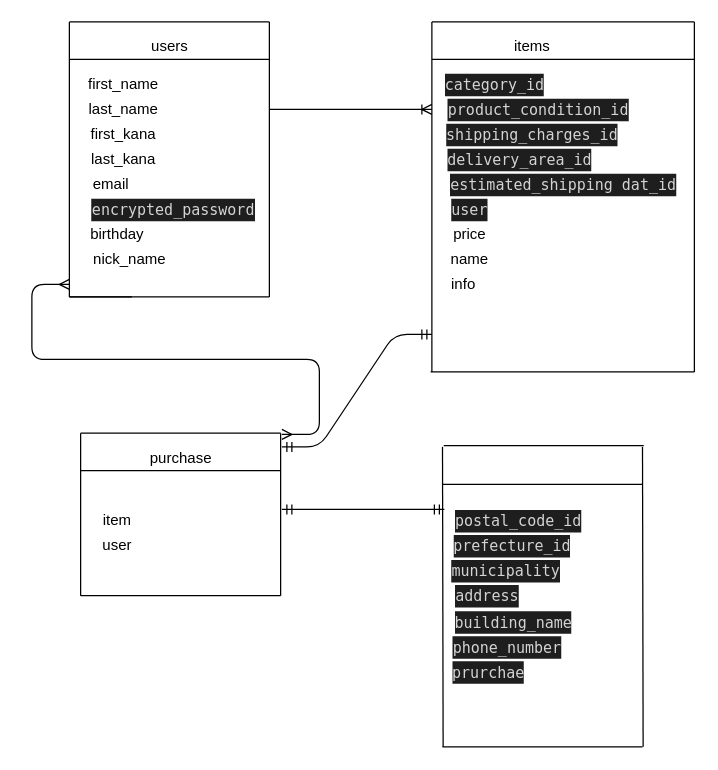
The draw.io diagram ER.dio in tomoyamiyata/furima-33523, before the edit. Source tidied: cells renumbered, new cells numbered last; positions are measured from the earlier drawing's top-left corner, leaving out a move shared by most shapes. Both pictures are drawn from the tidied source at 125%, with x=0, y=0 at pixel (69, 21).
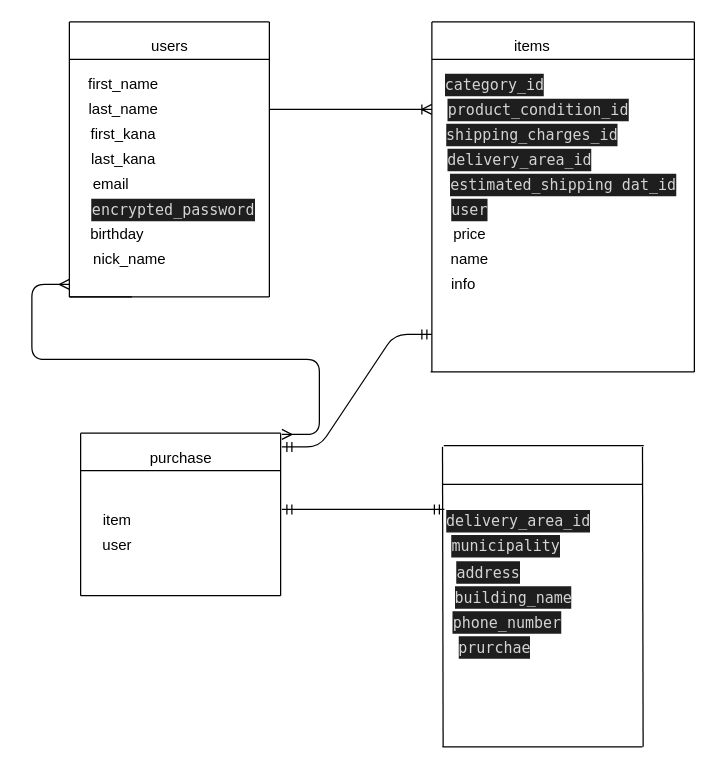
The same diagram, later.

Commit message:
データベース設計var2.55

The edit, as a diff of the source:
```diff
@@
-    <mxCell id="30" value="&lt;div style=&quot;color: rgb(212 , 212 , 212) ; background-color: rgb(30 , 30 , 30) ; font-family: &amp;#34;menlo&amp;#34; , &amp;#34;monaco&amp;#34; , &amp;#34;courier new&amp;#34; , monospace ; line-height: 18px&quot;&gt;postal_code_id&lt;/div&gt;" style="text;html=1;align=center;verticalAlign=middle;" parent="1" vertex="1">
-      <mxGeometry x="299" y="389" width="120" height="20" as="geometry" />
+    <mxCell id="30" value="&lt;div style=&quot;color: rgb(212 , 212 , 212) ; background-color: rgb(30 , 30 , 30) ; font-family: &amp;#34;menlo&amp;#34; , &amp;#34;monaco&amp;#34; , &amp;#34;courier new&amp;#34; , monospace ; line-height: 18px&quot;&gt;&lt;div style=&quot;font-family: &amp;#34;menlo&amp;#34; , &amp;#34;monaco&amp;#34; , &amp;#34;courier new&amp;#34; , monospace ; line-height: 18px&quot;&gt;delivery_area_id &lt;/div&gt;&lt;/div&gt;" style="text;html=1;align=center;verticalAlign=middle;" parent="1" vertex="1">
+      <mxGeometry x="294" y="389" width="130" height="20" as="geometry" />
     </mxCell>
@@
-    <mxCell id="37" value="&lt;div style=&quot;color: rgb(212 , 212 , 212) ; background-color: rgb(30 , 30 , 30) ; font-family: &amp;#34;menlo&amp;#34; , &amp;#34;monaco&amp;#34; , &amp;#34;courier new&amp;#34; , monospace ; line-height: 18px&quot;&gt;prefecture_id&lt;/div&gt;" style="text;html=1;align=center;verticalAlign=middle;" parent="1" vertex="1">
-      <mxGeometry x="299" y="409" width="110" height="20" as="geometry" />
-    </mxCell>
     <mxCell id="38" value="&lt;div style=&quot;color: rgb(212 , 212 , 212) ; background-color: rgb(30 , 30 , 30) ; font-family: &amp;#34;menlo&amp;#34; , &amp;#34;monaco&amp;#34; , &amp;#34;courier new&amp;#34; , monospace ; line-height: 18px&quot;&gt;municipality&lt;/div&gt;" style="text;html=1;align=center;verticalAlign=middle;" parent="1" vertex="1">
-      <mxGeometry x="299" y="429" width="100" height="20" as="geometry" />
+      <mxGeometry x="299" y="409" width="100" height="20" as="geometry" />
     </mxCell>
     <mxCell id="39" value="&lt;div style=&quot;color: rgb(212 , 212 , 212) ; background-color: rgb(30 , 30 , 30) ; font-family: &amp;#34;menlo&amp;#34; , &amp;#34;monaco&amp;#34; , &amp;#34;courier new&amp;#34; , monospace ; line-height: 18px&quot;&gt;address&lt;/div&gt;" style="text;html=1;align=center;verticalAlign=middle;" parent="1" vertex="1">
-      <mxGeometry x="299" y="449" width="70" height="20" as="geometry" />
+      <mxGeometry x="300" y="430" width="70" height="20" as="geometry" />
     </mxCell>
     <mxCell id="40" value="&lt;div style=&quot;color: rgb(212 , 212 , 212) ; background-color: rgb(30 , 30 , 30) ; font-family: &amp;#34;menlo&amp;#34; , &amp;#34;monaco&amp;#34; , &amp;#34;courier new&amp;#34; , monospace ; line-height: 18px&quot;&gt;building_name&lt;/div&gt;" style="text;html=1;align=center;verticalAlign=middle;" parent="1" vertex="1">
-      <mxGeometry x="300" y="470" width="110" height="20" as="geometry" />
+      <mxGeometry x="300" y="450" width="110" height="20" as="geometry" />
     </mxCell>
     <mxCell id="41" value="&lt;div style=&quot;color: rgb(212 , 212 , 212) ; background-color: rgb(30 , 30 , 30) ; font-family: &amp;#34;menlo&amp;#34; , &amp;#34;monaco&amp;#34; , &amp;#34;courier new&amp;#34; , monospace ; line-height: 18px&quot;&gt;phone_number&lt;/div&gt;" style="text;html=1;align=center;verticalAlign=middle;" parent="1" vertex="1">
-      <mxGeometry x="300" y="490" width="100" height="20" as="geometry" />
+      <mxGeometry x="300" y="470" width="100" height="20" as="geometry" />
     </mxCell>
@@
     <mxCell id="48" value="&lt;div style=&quot;color: rgb(212 , 212 , 212) ; background-color: rgb(30 , 30 , 30) ; font-family: &amp;#34;menlo&amp;#34; , &amp;#34;monaco&amp;#34; , &amp;#34;courier new&amp;#34; , monospace ; line-height: 18px&quot;&gt;prurchae&lt;/div&gt;" style="text;html=1;align=center;verticalAlign=middle;" parent="1" vertex="1">
-      <mxGeometry x="300" y="510" width="70" height="20" as="geometry" />
+      <mxGeometry x="304.5" y="490" width="70" height="20" as="geometry" />
     </mxCell>
```
